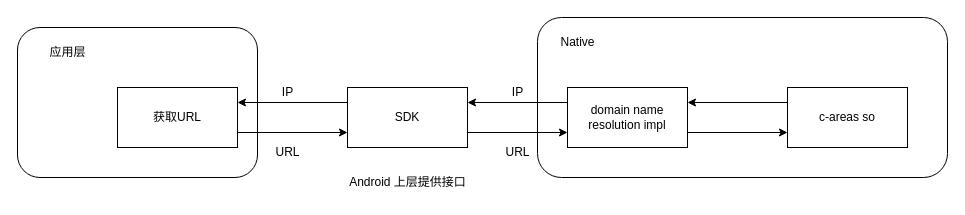
Earlier version of the draw.io diagram c-areas DNS解析.drawio (Jev0987/drawioFile). Source tidied: cells renumbered, new cells numbered last; positions are measured from the earlier drawing's top-left corner, leaving out a move shared by most shapes. Both pictures are drawn from the tidied source at 100%, with x=0, y=0 at pixel (17, 17).
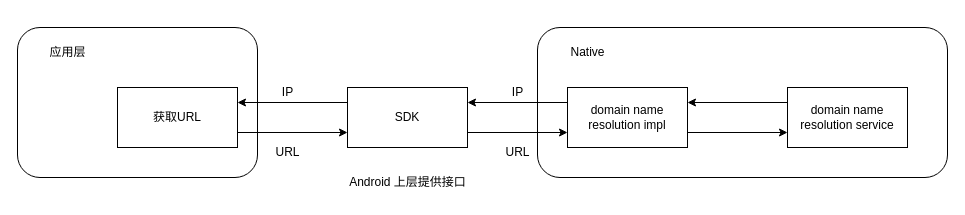
The same diagram, later.

What changed in the source:
```diff
@@
     <mxCell id="2" style="rounded=1;whiteSpace=wrap;html=1;" parent="1" vertex="1">
-      <mxGeometry x="520" width="410" height="160" as="geometry" />
+      <mxGeometry x="520" y="10" width="410" height="150" as="geometry" />
     </mxCell>
@@
     <mxCell id="14" value="Native" style="text;html=1;align=center;verticalAlign=middle;strokeColor=none;fillColor=none;" parent="1" vertex="1">
-      <mxGeometry x="530" y="10" width="60" height="30" as="geometry" />
+      <mxGeometry x="540" y="20" width="60" height="30" as="geometry" />
     </mxCell>
@@
-    <mxCell id="18" value="c-areas so" style="whiteSpace=wrap;html=1;" parent="1" vertex="1">
+    <mxCell id="18" value="domain name resolution service" style="whiteSpace=wrap;html=1;" parent="1" vertex="1">
       <mxGeometry x="770" y="70" width="120" height="60" as="geometry" />
     </mxCell>
```
